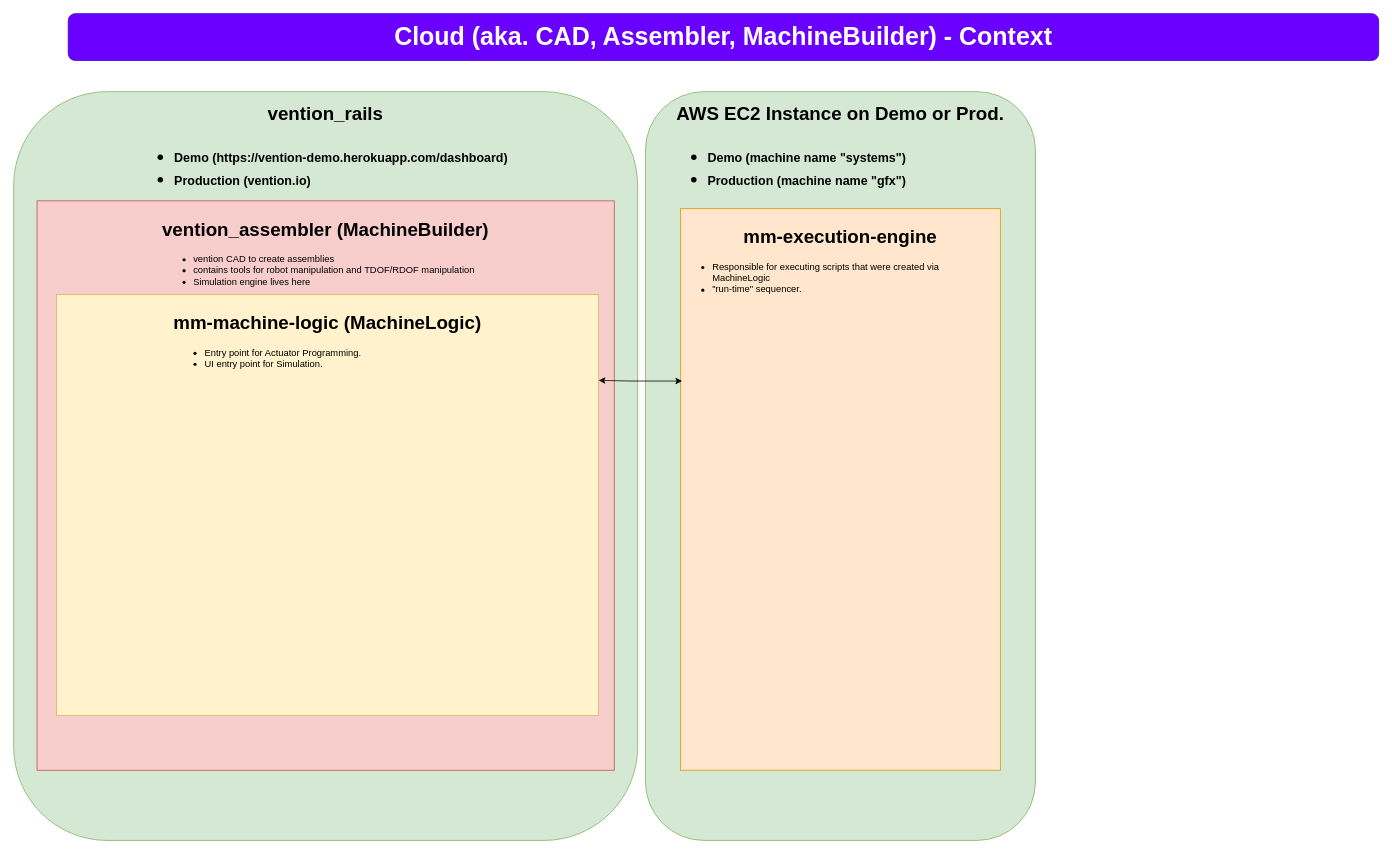
Before: actuator_simulation.drawio in obadaAlbabaVention/simulation, a draw.io diagram. Source tidied: cells renumbered, new cells numbered last; positions are measured from the earlier drawing's top-left corner, leaving out a move shared by most shapes. Both pictures are drawn from the tidied source at 78%, with x=0, y=0 at pixel (13, 13).
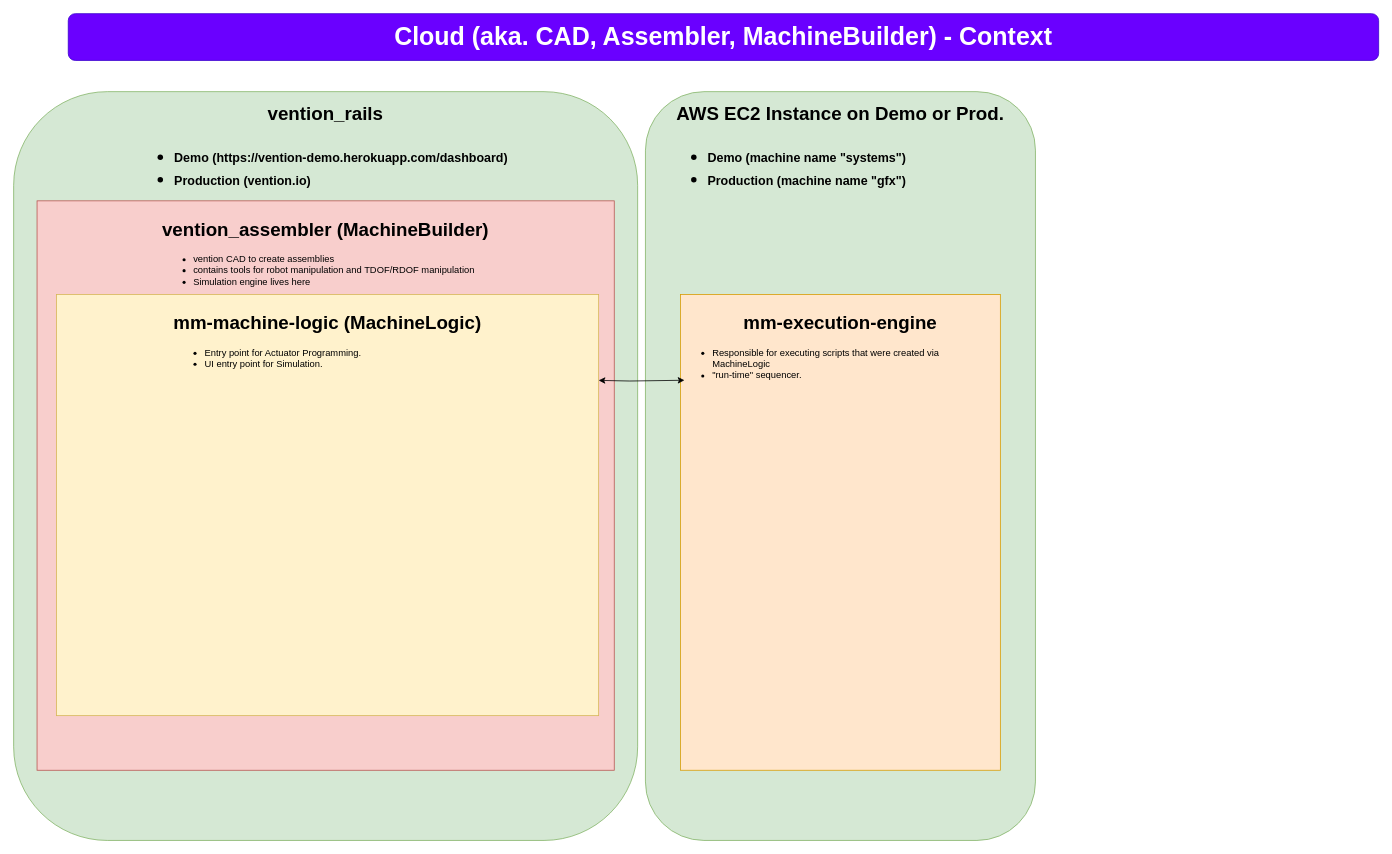
The same page after the edit.

Diff of the diagram source:
```diff
@@
 <mxGraphModel>
   <root>
     <mxCell id="0" />
     <mxCell id="1" parent="0" />
     <mxCell id="2" value="&lt;span style=&quot;background-color: initial; text-align: left;&quot;&gt;&lt;span style=&quot;font-size: 24px;&quot;&gt;&lt;b&gt;vention_rails&lt;br&gt;&lt;ul&gt;&lt;li&gt;&lt;span style=&quot;background-color: initial; font-size: 16px; text-align: left;&quot;&gt;Demo (https://vention-demo.herokuapp.com/dashboard)&lt;/span&gt;&lt;/li&gt;&lt;li&gt;&lt;span style=&quot;background-color: initial; font-size: 16px; text-align: left;&quot;&gt;Production (vention.io)&lt;/span&gt;&lt;/li&gt;&lt;/ul&gt;&lt;/b&gt;&lt;/span&gt;&lt;/span&gt;" style="rounded=1;whiteSpace=wrap;html=1;fontSize=32;horizontal=1;verticalAlign=top;fillColor=#d5e8d4;strokeColor=#82b366;" parent="1" vertex="1">
       <mxGeometry y="100" width="800" height="960" as="geometry" />
     </mxCell>
     <mxCell id="3" value="&lt;span style=&quot;background-color: initial; text-align: left;&quot;&gt;&lt;span style=&quot;font-size: 24px;&quot;&gt;&lt;b&gt;AWS EC2 Instance on Demo or Prod.&lt;br&gt;&lt;ul&gt;&lt;li&gt;&lt;span style=&quot;background-color: initial; font-size: 16px; text-align: left;&quot;&gt;Demo (machine name &quot;systems&quot;)&lt;/span&gt;&lt;/li&gt;&lt;li&gt;&lt;span style=&quot;background-color: initial; font-size: 16px; text-align: left;&quot;&gt;Production (machine name &quot;gfx&quot;)&lt;/span&gt;&lt;/li&gt;&lt;/ul&gt;&lt;/b&gt;&lt;/span&gt;&lt;/span&gt;" style="rounded=1;whiteSpace=wrap;html=1;fontSize=32;horizontal=1;verticalAlign=top;fillColor=#d5e8d4;strokeColor=#82b366;" parent="1" vertex="1">
       <mxGeometry x="810" y="100" width="500" height="960" as="geometry" />
     </mxCell>
     <mxCell id="4" value="&lt;h1&gt;vention_assembler (MachineBuilder)&lt;/h1&gt;&lt;ul&gt;&lt;li style=&quot;text-align: left&quot;&gt;vention CAD to create assemblies&lt;/li&gt;&lt;li style=&quot;text-align: left&quot;&gt;contains tools for robot manipulation and TDOF/RDOF manipulation&lt;/li&gt;&lt;li style=&quot;text-align: left&quot;&gt;Simulation engine lives here&lt;/li&gt;&lt;/ul&gt;&lt;p&gt;&lt;/p&gt;" style="whiteSpace=wrap;html=1;fillColor=#f8cecc;strokeColor=#b85450;verticalAlign=top;" parent="1" vertex="1">
       <mxGeometry x="30" y="240" width="740" height="730" as="geometry" />
     </mxCell>
     <mxCell id="5" value="&lt;h1&gt;mm-machine-logic (MachineLogic)&lt;/h1&gt;&lt;div style=&quot;text-align: left&quot;&gt;&lt;ul&gt;&lt;li&gt;&lt;span&gt;Entry point for Actuator Programming.&lt;/span&gt;&lt;/li&gt;&lt;li&gt;&lt;span&gt;UI entry point for Simulation.&lt;/span&gt;&lt;/li&gt;&lt;/ul&gt;&lt;p&gt;&lt;/p&gt;&lt;p&gt;&lt;/p&gt;&lt;/div&gt;" style="rounded=0;whiteSpace=wrap;html=1;fillColor=#fff2cc;strokeColor=#d6b656;verticalAlign=top;" parent="1" vertex="1">
       <mxGeometry x="55" y="360" width="695" height="540" as="geometry" />
     </mxCell>
     <mxCell id="6" value="Cloud (aka. CAD, Assembler, MachineBuilder) - Context" style="rounded=1;whiteSpace=wrap;html=1;fontStyle=1;fontSize=32;fillColor=#6a00ff;fontColor=#ffffff;strokeColor=#3700CC;" parent="1" vertex="1">
       <mxGeometry x="70" width="1680" height="60" as="geometry" />
     </mxCell>
     <mxCell id="7" value="&lt;h1&gt;mm-execution-engine&lt;/h1&gt;&lt;div&gt;&lt;ul&gt;&lt;li style=&quot;text-align: left&quot;&gt;Responsible for executing scripts that were created via MachineLogic&lt;/li&gt;&lt;li style=&quot;text-align: left&quot;&gt;&quot;run-time&quot; sequencer.&lt;/li&gt;&lt;/ul&gt;&lt;/div&gt;" style="rounded=0;whiteSpace=wrap;html=1;verticalAlign=top;fillColor=#ffe6cc;strokeColor=#d79b00;" parent="1" vertex="1">
-      <mxGeometry x="855" y="250" width="410" height="720" as="geometry" />
+      <mxGeometry x="855" y="360" width="410" height="610" as="geometry" />
     </mxCell>
-    <mxCell id="8" style="endArrow=classic;startArrow=classic;html=1;rounded=0;exitX=1;exitY=0.204;exitDx=0;exitDy=0;exitPerimeter=0;entryX=0.005;entryY=0.307;entryDx=0;entryDy=0;entryPerimeter=0;" parent="1" edge="1" source="5" target="7">
+    <mxCell id="8" style="endArrow=classic;startArrow=classic;html=1;rounded=0;exitX=1;exitY=0.204;exitDx=0;exitDy=0;exitPerimeter=0;" parent="1" edge="1" source="5">
       <mxGeometry relative="1" as="geometry">
+        <mxPoint x="860" y="470" as="targetPoint" />
         <Array as="points">
           <mxPoint x="790" y="471" />
         </Array>
       </mxGeometry>
     </mxCell>
   </root>
 </mxGraphModel>
```
